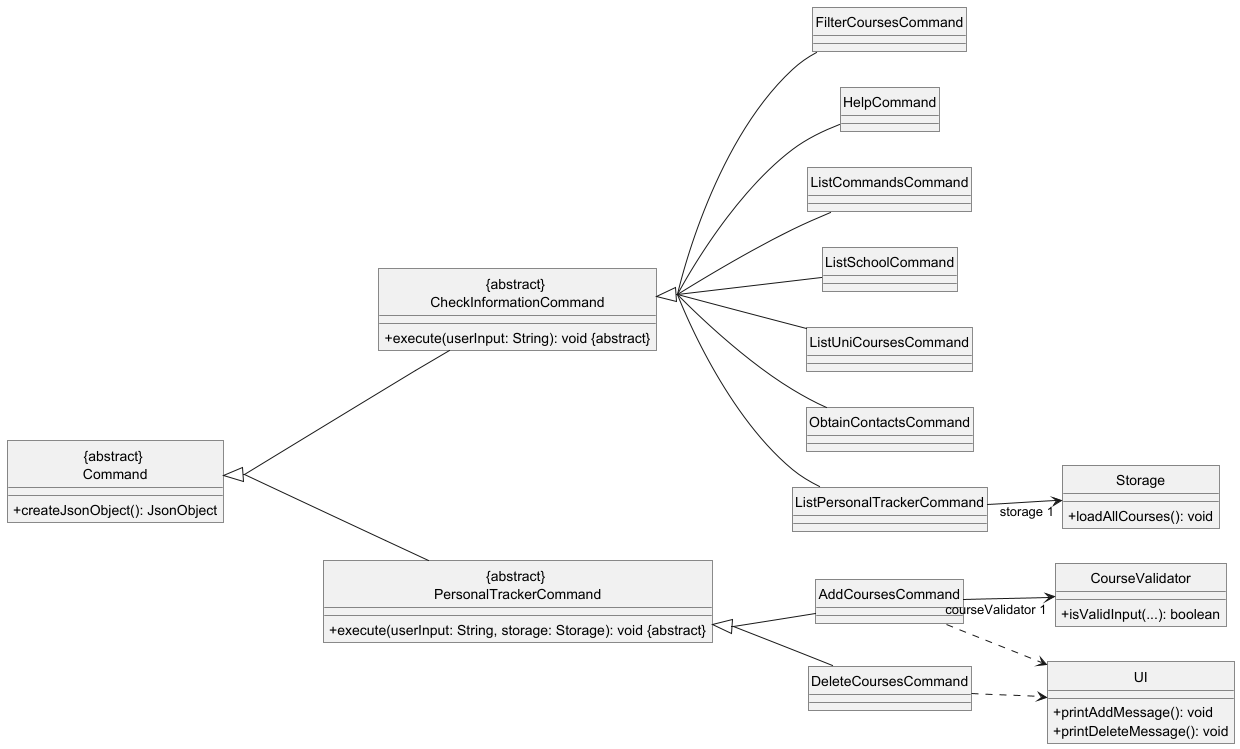
Before: docs/images/CommandClass.png, a diagram exported from PlantUML (nus-cs2113-AY2425S1/tp).
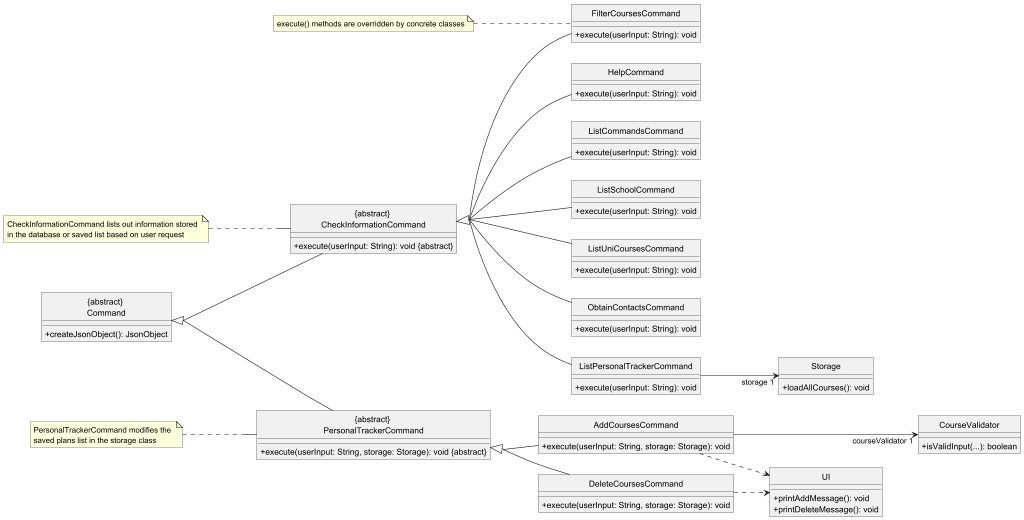
The same diagram one commit later.

Commit message:
Update Command Class diagram

The edit, as a diff of the source:
```diff
@@ -14,28 +14,46 @@
     +execute(userInput: String, storage: Storage): void ABSTRACT
 }
 
-class FilterCoursesCommand extends CheckInformationCommand
+class FilterCoursesCommand extends CheckInformationCommand {
+    +execute(userInput: String): void
+}
 
-class HelpCommand extends CheckInformationCommand
+class HelpCommand extends CheckInformationCommand {
+    +execute(userInput: String): void
+}
 
-class ListCommandsCommand extends CheckInformationCommand
+class ListCommandsCommand extends CheckInformationCommand {
+    +execute(userInput: String): void
+}
 
-class ListSchoolCommand extends CheckInformationCommand
+class ListSchoolCommand extends CheckInformationCommand {
+    +execute(userInput: String): void
+}
 
-class ListUniCoursesCommand extends CheckInformationCommand
+class ListUniCoursesCommand extends CheckInformationCommand {
+    +execute(userInput: String): void
+}
 
-class ObtainContactsCommand extends CheckInformationCommand
+class ObtainContactsCommand extends CheckInformationCommand {
+    +execute(userInput: String): void
+}
 
-class AddCoursesCommand extends PersonalTrackerCommand
+class ListPersonalTrackerCommand extends CheckInformationCommand {
+    +execute(userInput: String): void
+}
 
-class DeleteCoursesCommand extends PersonalTrackerCommand
+class AddCoursesCommand extends PersonalTrackerCommand {
+    +execute(userInput: String, storage: Storage): void
+}
 
-class ListPersonalTrackerCommand extends CheckInformationCommand
+class DeleteCoursesCommand extends PersonalTrackerCommand {
+    +execute(userInput: String, storage: Storage): void
+}
 
 ListPersonalTrackerCommand --> "storage 1" Storage
 Storage : +loadAllCourses(): void
 
-AddCoursesCommand --> "courseValidator 1" CourseValidator
+AddCoursesCommand ---> "courseValidator 1" CourseValidator
 CourseValidator : +isValidInput(...): boolean
 AddCoursesCommand ..> UI
 UI : +printAddMessage(): void
@@ -43,4 +61,11 @@
 DeleteCoursesCommand ..> UI
 UI : +printDeleteMessage(): void
 
+note "CheckInformationCommand lists out information stored \nin the database or saved list based on user request" as N1
+N1..CheckInformationCommand
+note "PersonalTrackerCommand modifies the \nsaved plans list in the storage class" as N2
+N2..PersonalTrackerCommand
+note "execute() methods are overridden by concrete classes" as N3
+N3..FilterCoursesCommand
+
 @enduml
```
